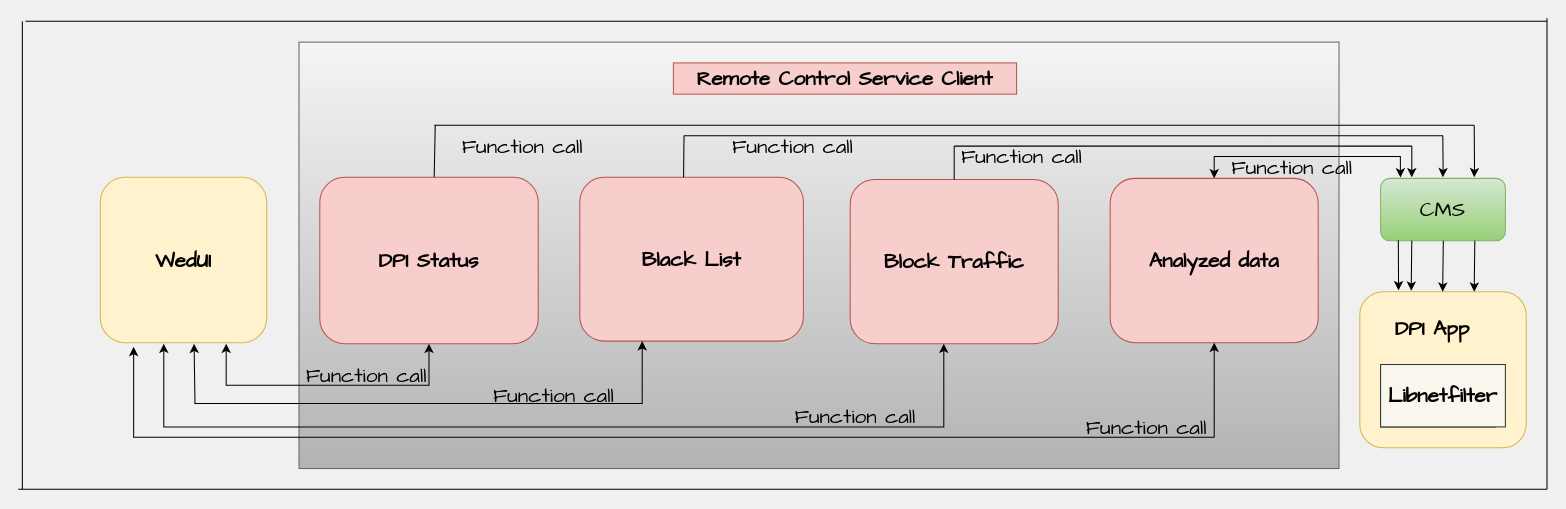
Before: RCS.drawio in nhatdevemb/Image_galerry, a draw.io diagram. Source tidied: cells renumbered, new cells numbered last; positions are measured from the earlier drawing's top-left corner, leaving out a move shared by most shapes. Both pictures are drawn from the tidied source at 104%, with x=0, y=0 at pixel (18, 18).
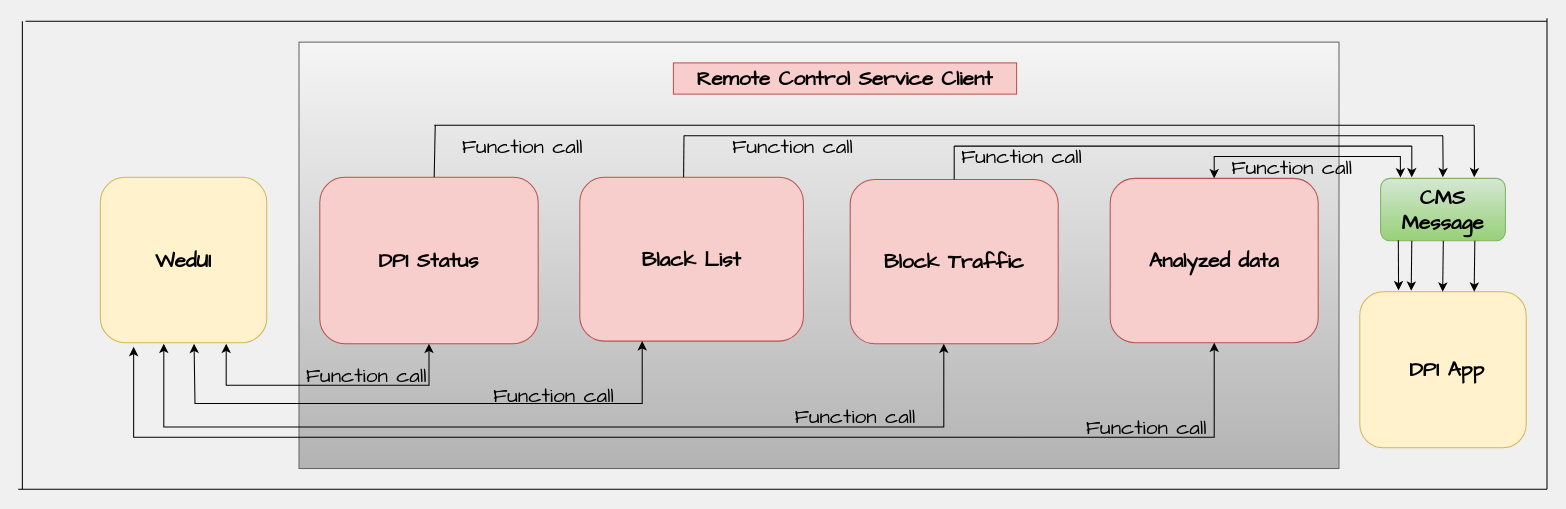
After the change.

What changed in the source:
```diff
@@
     <mxCell id="18" value="&lt;span style=&quot;font-weight: 700&quot;&gt;DPI App&lt;/span&gt;" style="text;html=1;strokeColor=none;fillColor=none;align=center;verticalAlign=middle;whiteSpace=wrap;rounded=0;fontFamily=Comic Sans MS;fontSize=20;fontColor=none;" parent="1" vertex="1">
-      <mxGeometry x="1300" y="283" width="120" height="30" as="geometry" />
+      <mxGeometry x="1314" y="323" width="120" height="30" as="geometry" />
     </mxCell>
-    <mxCell id="19" style="rounded=0;whiteSpace=wrap;html=1;fontFamily=Comic Sans MS;fontSize=20;fontColor=none;" parent="1" vertex="1">
-      <mxGeometry x="1310" y="333" width="110" height="60" as="geometry" />
-    </mxCell>
-    <mxCell id="20" value="Libnetfilter" style="text;html=1;strokeColor=#36393d;fillColor=#f9f7ed;align=center;verticalAlign=middle;whiteSpace=wrap;rounded=0;fontFamily=Comic Sans MS;fontSize=20;fontStyle=1;" parent="1" vertex="1">
-      <mxGeometry x="1310" y="333" width="120" height="60" as="geometry" />
-    </mxCell>
@@
-    <mxCell id="30" value="CMS" style="rounded=1;whiteSpace=wrap;html=1;fontFamily=Comic Sans MS;fontSize=20;fillColor=#d5e8d4;gradientColor=#97d077;strokeColor=#82b366;" parent="1" vertex="1">
+    <mxCell id="30" value="CMS Message" style="rounded=1;whiteSpace=wrap;html=1;fontFamily=Comic Sans MS;fontSize=20;fillColor=#d5e8d4;gradientColor=#97d077;strokeColor=#82b366;fontStyle=1;" parent="1" vertex="1">
       <mxGeometry x="1310" y="154" width="120" height="60" as="geometry" />
     </mxCell>
```
